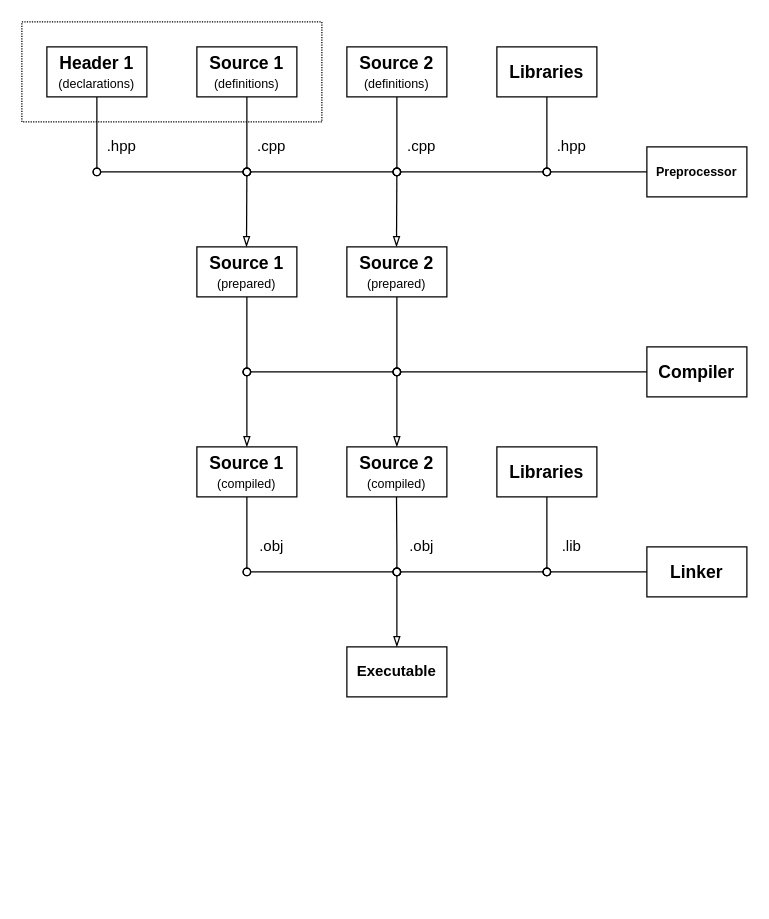
FedorovIV/9-semestr-CPP keeps this draw.io diagram as Education/projects/examples/source/06.01.drawio. Above is the earlier version. Source tidied: cells renumbered, new cells numbered last; positions are measured from the earlier drawing's top-left corner, leaving out a move shared by most shapes. Both pictures are drawn from the tidied source at 125%, with x=0, y=0 at pixel (21, 21).
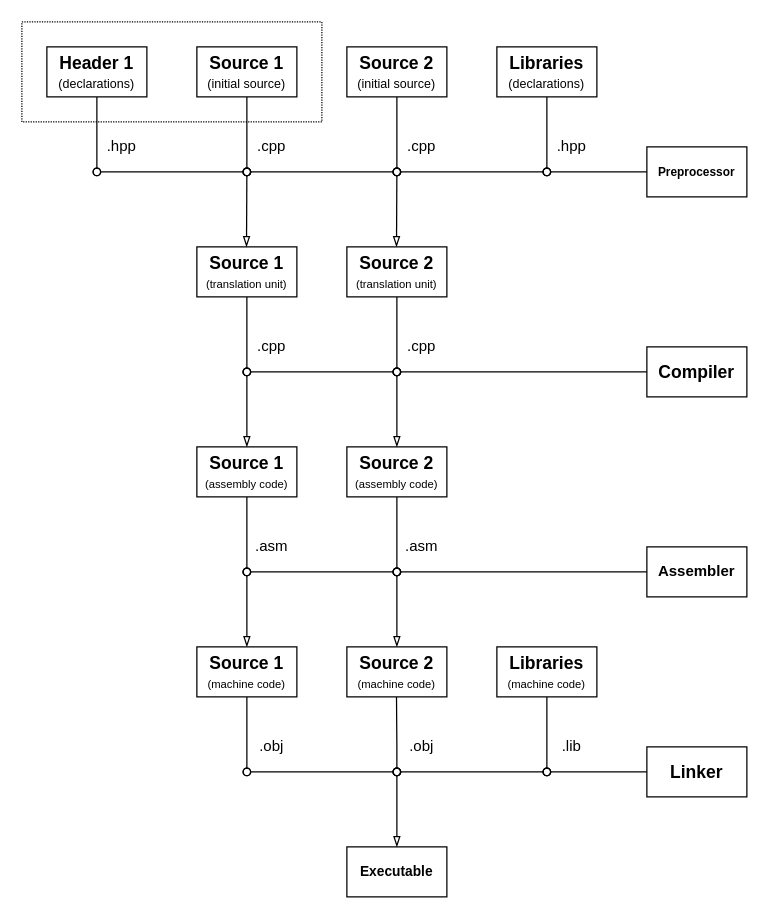
Above is the later version.

Diff of the diagram source:
```diff
@@
-    <mxCell id="3" value="&lt;b&gt;&lt;font style=&quot;font-size: 10px;&quot; face=&quot;Helvetica&quot;&gt;Preprocessor&lt;/font&gt;&lt;/b&gt;" style="rounded=0;whiteSpace=wrap;html=1;fillColor=none;" parent="1" vertex="1">
+    <mxCell id="3" value="&lt;b&gt;&lt;font style=&quot;font-size: 9.5px;&quot; face=&quot;Helvetica&quot;&gt;Preprocessor&lt;/font&gt;&lt;/b&gt;" style="rounded=0;whiteSpace=wrap;html=1;fillColor=none;" parent="1" vertex="1">
       <mxGeometry x="500" y="100" width="80" height="40" as="geometry" />
     </mxCell>
-    <mxCell id="4" value="&lt;font&gt;&lt;font style=&quot;font-size: 14px;&quot; face=&quot;Helvetica&quot;&gt;&lt;b style=&quot;&quot;&gt;Source 1&lt;/b&gt;&lt;/font&gt;&lt;/font&gt;&lt;div&gt;&lt;font style=&quot;font-size: 10px;&quot;&gt;&lt;font style=&quot;&quot;&gt;&lt;span style=&quot;background-color: transparent; color: light-dark(rgb(0, 0, 0), rgb(255, 255, 255));&quot;&gt;(&lt;/span&gt;&lt;/font&gt;&lt;span style=&quot;background-color: transparent; color: light-dark(rgb(0, 0, 0), rgb(255, 255, 255));&quot;&gt;definitions&lt;/span&gt;&lt;span style=&quot;background-color: transparent; color: light-dark(rgb(0, 0, 0), rgb(255, 255, 255));&quot;&gt;)&lt;/span&gt;&lt;/font&gt;&lt;/div&gt;" style="rounded=0;whiteSpace=wrap;html=1;" parent="1" vertex="1">
+    <mxCell id="4" value="&lt;font&gt;&lt;font style=&quot;font-size: 14px;&quot; face=&quot;Helvetica&quot;&gt;&lt;b style=&quot;&quot;&gt;Source 1&lt;/b&gt;&lt;/font&gt;&lt;/font&gt;&lt;div&gt;&lt;font style=&quot;font-size: 10px;&quot;&gt;&lt;font style=&quot;&quot;&gt;&lt;span style=&quot;background-color: transparent; color: light-dark(rgb(0, 0, 0), rgb(255, 255, 255));&quot;&gt;(initial source&lt;/span&gt;&lt;/font&gt;&lt;span style=&quot;background-color: transparent; color: light-dark(rgb(0, 0, 0), rgb(255, 255, 255));&quot;&gt;)&lt;/span&gt;&lt;/font&gt;&lt;/div&gt;" style="rounded=0;whiteSpace=wrap;html=1;" parent="1" vertex="1">
       <mxGeometry x="140" y="20" width="80" height="40" as="geometry" />
     </mxCell>
-    <mxCell id="5" value="&lt;font style=&quot;font-size: 14px;&quot; face=&quot;Helvetica&quot;&gt;&lt;b style=&quot;&quot;&gt;Source 2&lt;/b&gt;&lt;/font&gt;&lt;div&gt;&lt;font style=&quot;font-size: 10px;&quot;&gt;(&lt;/font&gt;&lt;span style=&quot;color: light-dark(rgb(0, 0, 0), rgb(255, 255, 255)); font-size: 10px; background-color: transparent;&quot;&gt;definitions&lt;/span&gt;&lt;span style=&quot;color: light-dark(rgb(0, 0, 0), rgb(255, 255, 255)); font-size: 10px; background-color: transparent;&quot;&gt;)&lt;/span&gt;&lt;/div&gt;" style="rounded=0;whiteSpace=wrap;html=1;" parent="1" vertex="1">
+    <mxCell id="5" value="&lt;font style=&quot;font-size: 14px;&quot; face=&quot;Helvetica&quot;&gt;&lt;b style=&quot;&quot;&gt;Source 2&lt;/b&gt;&lt;/font&gt;&lt;div&gt;&lt;font style=&quot;font-size: 10px;&quot;&gt;(&lt;/font&gt;&lt;span style=&quot;color: light-dark(rgb(0, 0, 0), rgb(255, 255, 255)); font-size: 10px; background-color: transparent;&quot;&gt;initial source&lt;/span&gt;&lt;span style=&quot;color: light-dark(rgb(0, 0, 0), rgb(255, 255, 255)); font-size: 10px; background-color: transparent;&quot;&gt;)&lt;/span&gt;&lt;/div&gt;" style="rounded=0;whiteSpace=wrap;html=1;" parent="1" vertex="1">
       <mxGeometry x="260" y="20" width="80" height="40" as="geometry" />
     </mxCell>
-    <mxCell id="6" value="&lt;b&gt;&lt;font style=&quot;font-size: 14px;&quot;&gt;Source 1&lt;/font&gt;&lt;/b&gt;&lt;div&gt;&lt;font style=&quot;font-size: 10px;&quot;&gt;(prepared)&lt;/font&gt;&lt;/div&gt;" style="rounded=0;whiteSpace=wrap;html=1;" parent="1" vertex="1">
+    <mxCell id="6" value="&lt;b&gt;&lt;font style=&quot;font-size: 14px;&quot;&gt;Source 1&lt;/font&gt;&lt;/b&gt;&lt;div&gt;&lt;font style=&quot;font-size: 9px;&quot;&gt;(translation unit)&lt;/font&gt;&lt;/div&gt;" style="rounded=0;whiteSpace=wrap;html=1;" parent="1" vertex="1">
       <mxGeometry x="140" y="180" width="80" height="40" as="geometry" />
     </mxCell>
@@
-    <mxCell id="12" style="endArrow=blockThin;html=1;rounded=0;endFill=0;entryX=0.5;entryY=0;entryDx=0;entryDy=0;startArrow=oval;startFill=0;" parent="1" edge="1" target="15">
+    <mxCell id="12" style="endArrow=blockThin;html=1;rounded=0;endFill=0;entryX=0.5;entryY=0;entryDx=0;entryDy=0;startArrow=oval;startFill=0;" parent="1" edge="1">
       <mxGeometry relative="1" as="geometry">
-        <mxPoint x="180" y="280" as="sourcePoint" />
+        <mxPoint x="180" y="440" as="sourcePoint" />
+        <mxPoint x="180" y="500" as="targetPoint" />
       </mxGeometry>
     </mxCell>
-    <mxCell id="13" style="endArrow=blockThin;html=1;rounded=0;endFill=0;entryX=0.5;entryY=0;entryDx=0;entryDy=0;startArrow=oval;startFill=0;" parent="1" edge="1" target="16">
+    <mxCell id="13" style="endArrow=blockThin;html=1;rounded=0;endFill=0;entryX=0.5;entryY=0;entryDx=0;entryDy=0;startArrow=oval;startFill=0;" parent="1" edge="1">
       <mxGeometry relative="1" as="geometry">
-        <mxPoint x="300" y="280" as="sourcePoint" />
+        <mxPoint x="300" y="440" as="sourcePoint" />
+        <mxPoint x="300" y="500" as="targetPoint" />
       </mxGeometry>
     </mxCell>
@@
-    <mxCell id="15" value="&lt;b&gt;&lt;font style=&quot;font-size: 14px;&quot;&gt;Source 1&lt;/font&gt;&lt;/b&gt;&lt;div&gt;&lt;font style=&quot;font-size: 10px;&quot;&gt;(compiled)&lt;/font&gt;&lt;/div&gt;" style="rounded=0;whiteSpace=wrap;html=1;" parent="1" vertex="1">
-      <mxGeometry x="140" y="340" width="80" height="40" as="geometry" />
-    </mxCell>
-    <mxCell id="16" value="&lt;b&gt;&lt;font style=&quot;font-size: 14px;&quot;&gt;Source 2&lt;/font&gt;&lt;/b&gt;&lt;div&gt;&lt;font style=&quot;font-size: 10px;&quot;&gt;(compiled)&lt;/font&gt;&lt;/div&gt;" style="rounded=0;whiteSpace=wrap;html=1;" parent="1" vertex="1">
-      <mxGeometry x="260" y="340" width="80" height="40" as="geometry" />
-    </mxCell>
     <mxCell id="17" value="&lt;b&gt;&lt;font face=&quot;Helvetica&quot; style=&quot;font-size: 14px;&quot;&gt;Linker&lt;/font&gt;&lt;/b&gt;" style="rounded=0;whiteSpace=wrap;html=1;fillColor=none;" parent="1" vertex="1">
-      <mxGeometry x="500" y="420" width="80" height="40" as="geometry" />
+      <mxGeometry x="500" y="580" width="80" height="40" as="geometry" />
     </mxCell>
-    <mxCell id="18" value="&lt;div&gt;&lt;b&gt;&lt;font style=&quot;font-size: 14px;&quot;&gt;Libraries&lt;/font&gt;&lt;/b&gt;&lt;/div&gt;" style="rounded=0;whiteSpace=wrap;html=1;" parent="1" vertex="1">
-      <mxGeometry x="380" y="340" width="80" height="40" as="geometry" />
-    </mxCell>
     <mxCell id="19" style="endArrow=oval;html=1;rounded=0;exitX=0.5;exitY=1;exitDx=0;exitDy=0;endFill=0;" parent="1" edge="1">
       <mxGeometry relative="1" as="geometry">
-        <mxPoint x="299.7" y="380" as="sourcePoint" />
-        <mxPoint x="300" y="440" as="targetPoint" />
+        <mxPoint x="299.7" y="540" as="sourcePoint" />
+        <mxPoint x="300" y="600" as="targetPoint" />
         <Array as="points">
-          <mxPoint x="300" y="420" />
+          <mxPoint x="300" y="580" />
         </Array>
       </mxGeometry>
     </mxCell>
-    <mxCell id="20" value="&lt;b style=&quot;&quot;&gt;&lt;font&gt;Executable&lt;/font&gt;&lt;/b&gt;" style="rounded=0;whiteSpace=wrap;html=1;" parent="1" vertex="1">
-      <mxGeometry x="260" y="500" width="80" height="40" as="geometry" />
+    <mxCell id="20" value="&lt;b style=&quot;&quot;&gt;&lt;font style=&quot;font-size: 11px;&quot;&gt;Executable&lt;/font&gt;&lt;/b&gt;" style="rounded=0;whiteSpace=wrap;html=1;" parent="1" vertex="1">
+      <mxGeometry x="260" y="660" width="80" height="40" as="geometry" />
     </mxCell>
@@
-    <mxCell id="24" style="endArrow=none;html=1;rounded=0;entryX=0.5;entryY=1;entryDx=0;entryDy=0;startArrow=oval;startFill=0;" parent="1" edge="1" target="15">
+    <mxCell id="24" style="endArrow=none;html=1;rounded=0;entryX=0.5;entryY=1;entryDx=0;entryDy=0;startArrow=oval;startFill=0;" parent="1" edge="1">
       <mxGeometry relative="1" as="geometry">
-        <mxPoint x="180" y="440" as="sourcePoint" />
+        <mxPoint x="180" y="600" as="sourcePoint" />
+        <mxPoint x="180" y="540" as="targetPoint" />
       </mxGeometry>
     </mxCell>
     <mxCell id="25" style="endArrow=blockThin;html=1;rounded=0;endFill=0;entryX=0.5;entryY=0;entryDx=0;entryDy=0;startArrow=oval;startFill=0;" parent="1" edge="1" target="20">
       <mxGeometry relative="1" as="geometry">
-        <mxPoint x="300" y="440" as="sourcePoint" />
+        <mxPoint x="300" y="600" as="sourcePoint" />
       </mxGeometry>
     </mxCell>
-    <mxCell id="26" value="&lt;b&gt;&lt;font style=&quot;font-size: 14px;&quot;&gt;Source 2&lt;/font&gt;&lt;/b&gt;&lt;div&gt;&lt;font style=&quot;font-size: 10px;&quot;&gt;(prepared)&lt;/font&gt;&lt;/div&gt;" style="rounded=0;whiteSpace=wrap;html=1;" parent="1" vertex="1">
+    <mxCell id="26" value="&lt;b&gt;&lt;font style=&quot;font-size: 14px;&quot;&gt;Source 2&lt;/font&gt;&lt;/b&gt;&lt;div&gt;&lt;font style=&quot;font-size: 9px;&quot;&gt;(translation unit)&lt;/font&gt;&lt;/div&gt;" style="rounded=0;whiteSpace=wrap;html=1;" parent="1" vertex="1">
       <mxGeometry x="260" y="180" width="80" height="40" as="geometry" />
     </mxCell>
@@
     <mxCell id="30" value=".obj" style="text;html=1;align=center;verticalAlign=middle;whiteSpace=wrap;rounded=0;" parent="1" vertex="1">
-      <mxGeometry x="300" y="400" width="40" height="40" as="geometry" />
+      <mxGeometry x="300" y="560" width="40" height="40" as="geometry" />
     </mxCell>
     <mxCell id="31" value=".obj" style="text;html=1;align=center;verticalAlign=middle;whiteSpace=wrap;rounded=0;" parent="1" vertex="1">
-      <mxGeometry x="180" y="400" width="40" height="40" as="geometry" />
+      <mxGeometry x="180" y="560" width="40" height="40" as="geometry" />
     </mxCell>
     <mxCell id="32" value=".lib" style="text;html=1;align=center;verticalAlign=middle;whiteSpace=wrap;rounded=0;" parent="1" vertex="1">
-      <mxGeometry x="420" y="400" width="40" height="40" as="geometry" />
+      <mxGeometry x="420" y="560" width="40" height="40" as="geometry" />
     </mxCell>
-    <mxCell id="33" value="&lt;div&gt;&lt;b&gt;&lt;font style=&quot;font-size: 14px;&quot;&gt;Libraries&lt;/font&gt;&lt;/b&gt;&lt;/div&gt;" style="rounded=0;whiteSpace=wrap;html=1;" parent="1" vertex="1">
-      <mxGeometry x="380" y="20" width="80" height="40" as="geometry" />
-    </mxCell>
-    <mxCell id="34" style="endArrow=none;html=1;rounded=0;entryX=0.5;entryY=1;entryDx=0;entryDy=0;startArrow=oval;startFill=0;" parent="1" edge="1" target="33">
+    <mxCell id="34" style="endArrow=none;html=1;rounded=0;entryX=0.5;entryY=1;entryDx=0;entryDy=0;startArrow=oval;startFill=0;" parent="1" edge="1">
       <mxGeometry relative="1" as="geometry">
         <mxPoint x="420" y="120" as="sourcePoint" />
+        <mxPoint x="420" y="60" as="targetPoint" />
       </mxGeometry>
     </mxCell>
     <mxCell id="35" style="endArrow=none;html=1;rounded=0;entryX=0.5;entryY=1;entryDx=0;entryDy=0;startArrow=oval;startFill=0;" parent="1" edge="1">
       <mxGeometry relative="1" as="geometry">
-        <mxPoint x="420" y="440" as="sourcePoint" />
-        <mxPoint x="420" y="380" as="targetPoint" />
+        <mxPoint x="420" y="600" as="sourcePoint" />
+        <mxPoint x="420" y="540" as="targetPoint" />
       </mxGeometry>
     </mxCell>
@@
     <mxCell id="43" style="endArrow=oval;html=1;rounded=0;startArrow=oval;startFill=0;endFill=0;" parent="1" edge="1">
       <mxGeometry relative="1" as="geometry">
-        <mxPoint x="180" y="440" as="sourcePoint" />
-        <mxPoint x="300" y="440" as="targetPoint" />
+        <mxPoint x="180" y="600" as="sourcePoint" />
+        <mxPoint x="300" y="600" as="targetPoint" />
       </mxGeometry>
     </mxCell>
     <mxCell id="44" style="endArrow=oval;html=1;rounded=0;startArrow=oval;startFill=0;endFill=0;" parent="1" edge="1">
       <mxGeometry relative="1" as="geometry">
-        <mxPoint x="300" y="440" as="sourcePoint" />
-        <mxPoint x="420" y="440" as="targetPoint" />
+        <mxPoint x="300" y="600" as="sourcePoint" />
+        <mxPoint x="420" y="600" as="targetPoint" />
       </mxGeometry>
     </mxCell>
     <mxCell id="45" style="endArrow=none;html=1;rounded=0;entryX=0;entryY=0.5;entryDx=0;entryDy=0;startArrow=oval;startFill=0;" parent="1" edge="1" target="17">
       <mxGeometry relative="1" as="geometry">
-        <mxPoint x="420" y="440" as="sourcePoint" />
+        <mxPoint x="420" y="600" as="sourcePoint" />
       </mxGeometry>
     </mxCell>
+    <mxCell id="46" value="&lt;b&gt;&lt;font face=&quot;Helvetica&quot;&gt;Assembler&lt;/font&gt;&lt;/b&gt;" style="rounded=0;whiteSpace=wrap;html=1;fillColor=none;" parent="1" vertex="1">
+      <mxGeometry x="500" y="420" width="80" height="40" as="geometry" />
+    </mxCell>
+    <mxCell id="47" style="endArrow=oval;html=1;rounded=0;startArrow=oval;startFill=0;endFill=0;" parent="1" edge="1">
+      <mxGeometry relative="1" as="geometry">
+        <mxPoint x="180" y="440" as="sourcePoint" />
+        <mxPoint x="300" y="440" as="targetPoint" />
+      </mxGeometry>
+    </mxCell>
+    <mxCell id="48" style="endArrow=none;html=1;rounded=0;startArrow=oval;startFill=0;endFill=0;entryX=0;entryY=0.5;entryDx=0;entryDy=0;" parent="1" edge="1" target="46">
+      <mxGeometry relative="1" as="geometry">
+        <mxPoint x="300" y="440" as="sourcePoint" />
+      </mxGeometry>
+    </mxCell>
+    <mxCell id="49" value=".cpp" style="text;html=1;align=center;verticalAlign=middle;whiteSpace=wrap;rounded=0;" parent="1" vertex="1">
+      <mxGeometry x="180" y="240" width="40" height="40" as="geometry" />
+    </mxCell>
+    <mxCell id="50" value=".cpp" style="text;html=1;align=center;verticalAlign=middle;whiteSpace=wrap;rounded=0;" parent="1" vertex="1">
+      <mxGeometry x="300" y="240" width="40" height="40" as="geometry" />
+    </mxCell>
+    <mxCell id="51" value="&lt;b&gt;&lt;font style=&quot;font-size: 14px;&quot;&gt;Source 1&lt;/font&gt;&lt;/b&gt;&lt;div&gt;&lt;font style=&quot;font-size: 9px;&quot;&gt;(assembly code)&lt;/font&gt;&lt;/div&gt;" style="rounded=0;whiteSpace=wrap;html=1;" parent="1" vertex="1">
+      <mxGeometry x="140" y="340" width="80" height="40" as="geometry" />
+    </mxCell>
+    <mxCell id="52" value="&lt;b&gt;&lt;font style=&quot;font-size: 14px;&quot;&gt;Source 2&lt;/font&gt;&lt;/b&gt;&lt;div&gt;&lt;font style=&quot;font-size: 9px;&quot;&gt;(assembly code)&lt;/font&gt;&lt;/div&gt;" style="rounded=0;whiteSpace=wrap;html=1;" parent="1" vertex="1">
+      <mxGeometry x="260" y="340" width="80" height="40" as="geometry" />
+    </mxCell>
+    <mxCell id="53" style="endArrow=none;html=1;rounded=0;entryX=0.5;entryY=1;entryDx=0;entryDy=0;startArrow=oval;startFill=0;" parent="1" edge="1" target="51">
+      <mxGeometry relative="1" as="geometry">
+        <mxPoint x="180" y="440" as="sourcePoint" />
+      </mxGeometry>
+    </mxCell>
+    <mxCell id="54" style="endArrow=none;html=1;rounded=0;entryX=0.5;entryY=1;entryDx=0;entryDy=0;startArrow=oval;startFill=0;" parent="1" edge="1" target="52">
+      <mxGeometry relative="1" as="geometry">
+        <mxPoint x="300" y="440" as="sourcePoint" />
+      </mxGeometry>
+    </mxCell>
+    <mxCell id="55" value=".asm" style="text;html=1;align=center;verticalAlign=middle;whiteSpace=wrap;rounded=0;" parent="1" vertex="1">
+      <mxGeometry x="300" y="400" width="40" height="40" as="geometry" />
+    </mxCell>
+    <mxCell id="56" value=".asm" style="text;html=1;align=center;verticalAlign=middle;whiteSpace=wrap;rounded=0;" parent="1" vertex="1">
+      <mxGeometry x="180" y="400" width="40" height="40" as="geometry" />
+    </mxCell>
+    <mxCell id="57" style="endArrow=blockThin;html=1;rounded=0;endFill=0;startArrow=oval;startFill=0;entryX=0.5;entryY=0;entryDx=0;entryDy=0;" parent="1" edge="1" target="51">
+      <mxGeometry relative="1" as="geometry">
+        <mxPoint x="180" y="280" as="sourcePoint" />
+      </mxGeometry>
+    </mxCell>
+    <mxCell id="58" style="endArrow=blockThin;html=1;rounded=0;endFill=0;startArrow=oval;startFill=0;entryX=0.5;entryY=0;entryDx=0;entryDy=0;exitX=0;exitY=1;exitDx=0;exitDy=0;" parent="1" edge="1" source="50" target="52">
+      <mxGeometry relative="1" as="geometry" />
+    </mxCell>
+    <mxCell id="59" value="&lt;b&gt;&lt;font style=&quot;font-size: 14px;&quot;&gt;Source 1&lt;/font&gt;&lt;/b&gt;&lt;div&gt;&lt;font style=&quot;font-size: 9px;&quot;&gt;(machine code)&lt;/font&gt;&lt;/div&gt;" style="rounded=0;whiteSpace=wrap;html=1;" parent="1" vertex="1">
+      <mxGeometry x="140" y="500" width="80" height="40" as="geometry" />
+    </mxCell>
+    <mxCell id="60" value="&lt;b&gt;&lt;font style=&quot;font-size: 14px;&quot;&gt;Source 2&lt;/font&gt;&lt;/b&gt;&lt;div&gt;&lt;font style=&quot;font-size: 9px;&quot;&gt;(machine code)&lt;/font&gt;&lt;/div&gt;" style="rounded=0;whiteSpace=wrap;html=1;" parent="1" vertex="1">
+      <mxGeometry x="260" y="500" width="80" height="40" as="geometry" />
+    </mxCell>
+    <mxCell id="61" value="&lt;font style=&quot;font-size: 14px;&quot; face=&quot;Helvetica&quot;&gt;&lt;b style=&quot;&quot;&gt;Libraries&lt;/b&gt;&lt;/font&gt;&lt;div&gt;&lt;font style=&quot;font-size: 10px;&quot;&gt;(&lt;/font&gt;&lt;span style=&quot;color: light-dark(rgb(0, 0, 0), rgb(255, 255, 255)); font-size: 10px; background-color: transparent;&quot;&gt;declarations&lt;/span&gt;&lt;span style=&quot;color: light-dark(rgb(0, 0, 0), rgb(255, 255, 255)); font-size: 10px; background-color: transparent;&quot;&gt;)&lt;/span&gt;&lt;/div&gt;" style="rounded=0;whiteSpace=wrap;html=1;" parent="1" vertex="1">
+      <mxGeometry x="380" y="20" width="80" height="40" as="geometry" />
+    </mxCell>
+    <mxCell id="62" value="&lt;b&gt;&lt;font style=&quot;font-size: 14px;&quot;&gt;Libraries&lt;/font&gt;&lt;/b&gt;&lt;div&gt;&lt;font style=&quot;font-size: 9px;&quot;&gt;(machine code)&lt;/font&gt;&lt;/div&gt;" style="rounded=0;whiteSpace=wrap;html=1;" parent="1" vertex="1">
+      <mxGeometry x="380" y="500" width="80" height="40" as="geometry" />
+    </mxCell>
```
